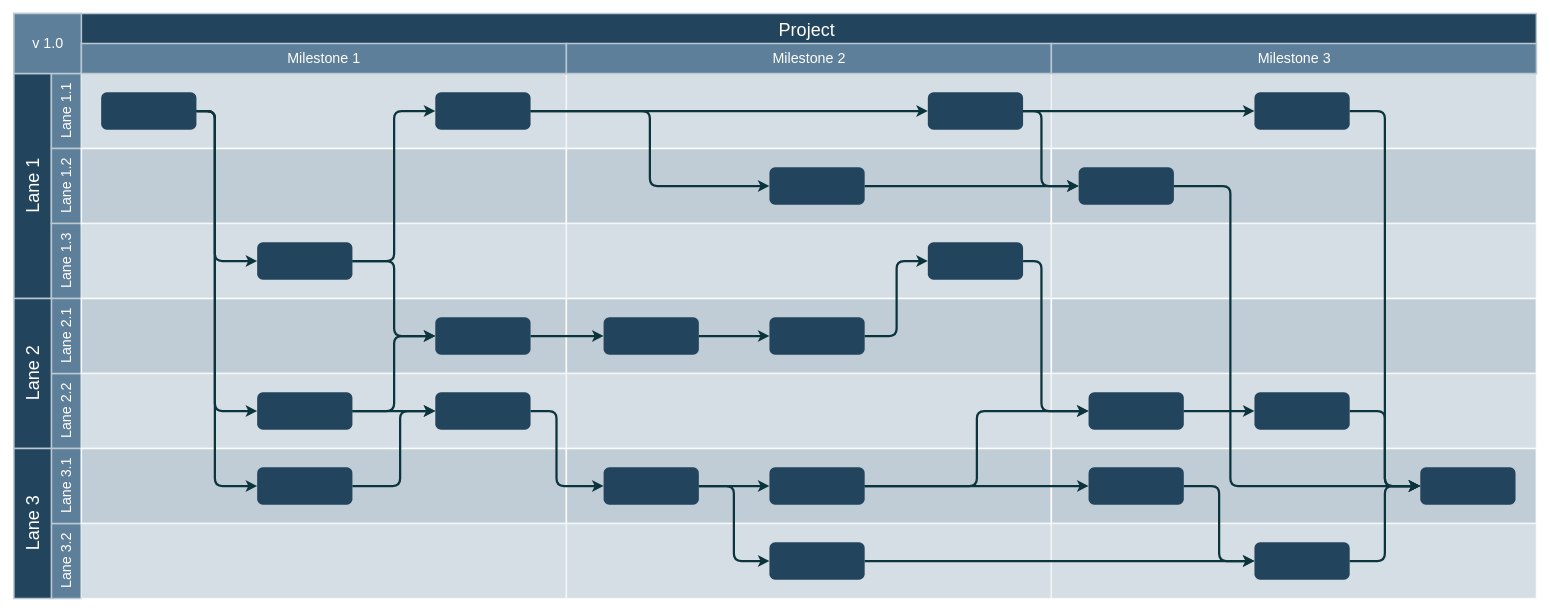
merlindu/file keeps this draw.io diagram as 未命名绘图.drawio. Above is the earlier version. Source tidied: cells renumbered, new cells numbered last; positions are measured from the earlier drawing's top-left corner, leaving out a move shared by most shapes. Both pictures are drawn from the tidied source at 75%, with x=0, y=0 at pixel (14, 13).
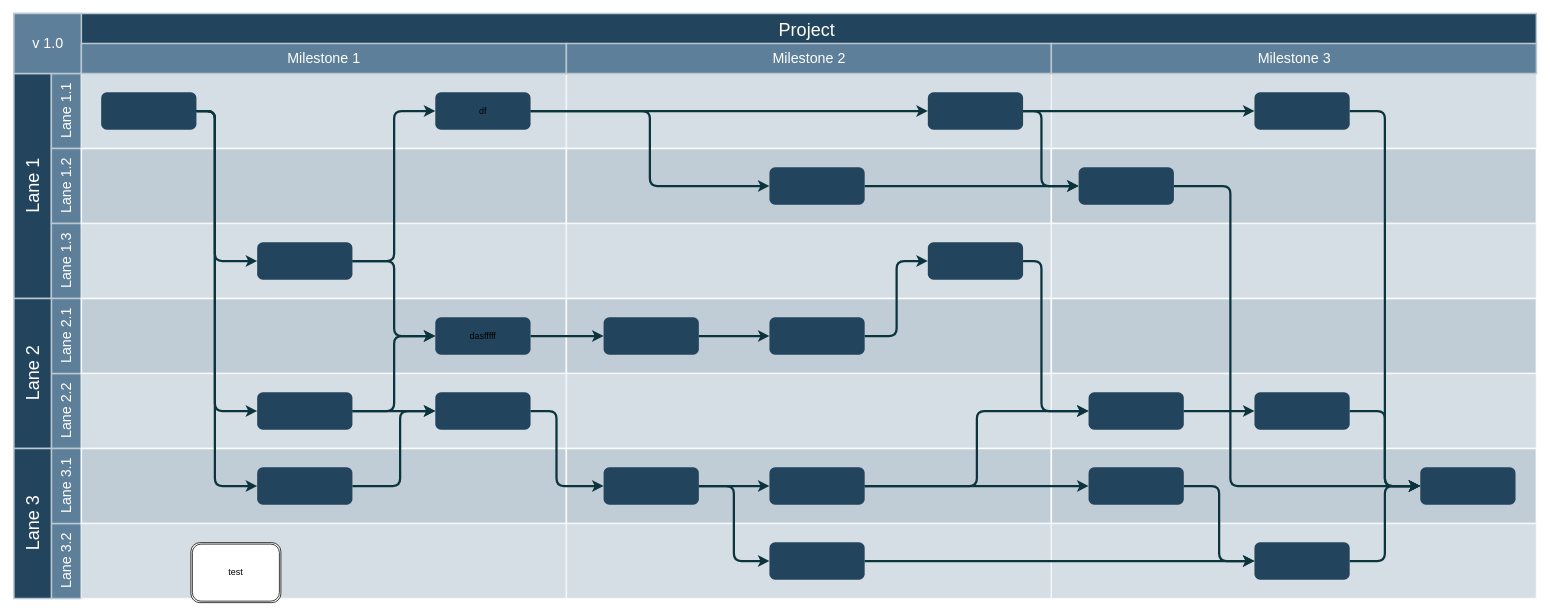
After the change.

Change to the diagram source:
```diff
@@
-    <mxCell id="37" style="rounded=1;fillColor=#23445D;strokeColor=none;strokeWidth=2;fontFamily=Helvetica;html=1;gradientColor=none;" parent="1" vertex="1">
+    <mxCell id="37" value="df" style="rounded=1;fillColor=#23445D;strokeColor=none;strokeWidth=2;fontFamily=Helvetica;html=1;gradientColor=none;" parent="1" vertex="1">
       <mxGeometry x="561.9" y="105.5" width="127" height="50" as="geometry" />
     </mxCell>
@@
-    <mxCell id="39" style="rounded=1;fillColor=#23445D;strokeColor=none;strokeWidth=2;fontFamily=Helvetica;html=1;gradientColor=none;" parent="1" vertex="1">
+    <mxCell id="39" value="dasfffff" style="rounded=1;fillColor=#23445D;strokeColor=none;strokeWidth=2;fontFamily=Helvetica;html=1;gradientColor=none;" parent="1" vertex="1">
       <mxGeometry x="561.9" y="405.5" width="127" height="50" as="geometry" />
     </mxCell>
@@
+    <mxCell id="90" value="test" style="shape=ext;double=1;rounded=1;whiteSpace=wrap;html=1;" parent="1" vertex="1">
+      <mxGeometry x="236" y="706" width="120" height="80" as="geometry" />
+    </mxCell>
```
